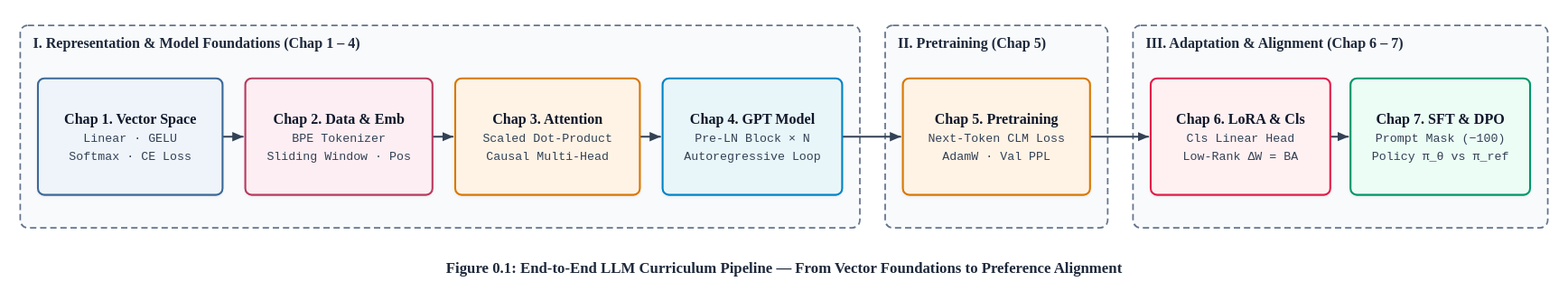
Above: lectures/figures/readme_curriculum_flow.drawio.svg in boslbosl/ai-specialist-26-language (draw.io), before the change. Source tidied: cells renumbered, new cells last; positions are measured from the earlier drawing's top-left corner, leaving out a move shared by most shapes.
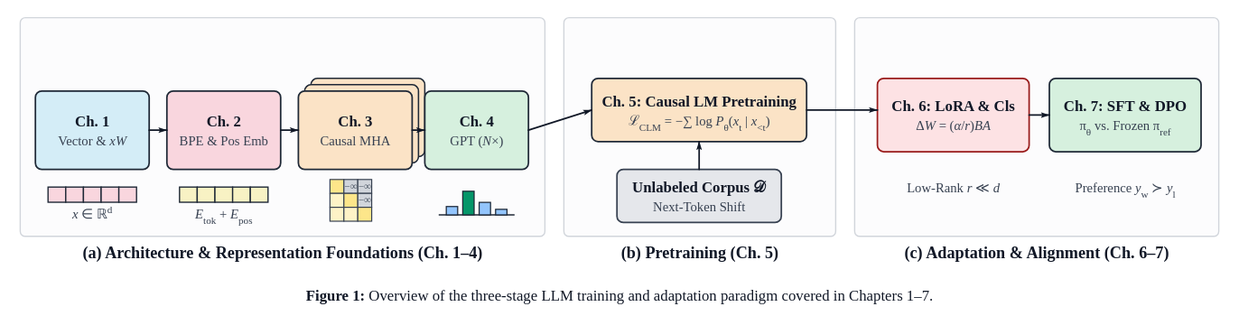
Later version of the same file.

The edit, as a diff of the source:
```diff
@@ -1,57 +1,93 @@
-<mxGraphModel>
+<mxGraphModel math="1">
   <root>
     <mxCell id="0" />
     <mxCell id="1" parent="0" />
-    <mxCell id="2" value="I. Representation &amp; Model Foundations (Chap 1 – 4)" style="rounded=1;whiteSpace=wrap;html=1;fillColor=#f8fafc;strokeColor=#64748b;strokeWidth=1.2;dashed=1;dashPattern=5 3;verticalAlign=top;align=left;spacingLeft=10;spacingTop=6;fontFamily=Georgia;fontSize=11.5;fontStyle=1;fontColor=#1e293b;" parent="1" vertex="1">
-      <mxGeometry width="664" height="160" as="geometry" />
-    </mxCell>
-    <mxCell id="3" value="II. Pretraining (Chap 5)" style="rounded=1;whiteSpace=wrap;html=1;fillColor=#f8fafc;strokeColor=#64748b;strokeWidth=1.2;dashed=1;dashPattern=5 3;verticalAlign=top;align=left;spacingLeft=10;spacingTop=6;fontFamily=Georgia;fontSize=11.5;fontStyle=1;fontColor=#1e293b;" parent="1" vertex="1">
-      <mxGeometry x="684" width="176" height="160" as="geometry" />
-    </mxCell>
-    <mxCell id="4" value="III. Adaptation &amp; Alignment (Chap 6 – 7)" style="rounded=1;whiteSpace=wrap;html=1;fillColor=#f8fafc;strokeColor=#64748b;strokeWidth=1.2;dashed=1;dashPattern=5 3;verticalAlign=top;align=left;spacingLeft=10;spacingTop=6;fontFamily=Georgia;fontSize=11.5;fontStyle=1;fontColor=#1e293b;" parent="1" vertex="1">
-      <mxGeometry x="880" width="328" height="160" as="geometry" />
-    </mxCell>
-    <mxCell id="5" value="&lt;b&gt;Chap 1. Vector Space&lt;/b&gt;&lt;br/&gt;&lt;font style='font-size:10px;color:#334155'&gt;Linear · GELU&lt;/font&gt;&lt;br/&gt;&lt;font style='font-size:10px;color:#334155'&gt;Softmax · CE Loss&lt;/font&gt;" style="rounded=1;arcSize=8;whiteSpace=wrap;html=1;fillColor=#eef4fa;strokeColor=#3b6998;strokeWidth=1.5;fontFamily=Georgia;fontSize=11;fontColor=#0f172a;" parent="1" vertex="1">
-      <mxGeometry x="14" y="42" width="146" height="92" as="geometry" />
-    </mxCell>
-    <mxCell id="6" value="&lt;b&gt;Chap 2. Data &amp;amp; Emb&lt;/b&gt;&lt;br/&gt;&lt;font style='font-size:10px;color:#334155'&gt;BPE Tokenizer&lt;/font&gt;&lt;br/&gt;&lt;font style='font-size:10px;color:#334155'&gt;Sliding Window · Pos&lt;/font&gt;" style="rounded=1;arcSize=8;whiteSpace=wrap;html=1;fillColor=#fceef2;strokeColor=#b83b5e;strokeWidth=1.5;fontFamily=Georgia;fontSize=11;fontColor=#0f172a;" parent="1" vertex="1">
-      <mxGeometry x="178" y="42" width="148" height="92" as="geometry" />
-    </mxCell>
-    <mxCell id="7" value="&lt;b&gt;Chap 3. Attention&lt;/b&gt;&lt;br/&gt;&lt;font style='font-size:10px;color:#334155'&gt;Scaled Dot-Product&lt;/font&gt;&lt;br/&gt;&lt;font style='font-size:10px;color:#334155'&gt;Causal Multi-Head&lt;/font&gt;" style="rounded=1;arcSize=8;whiteSpace=wrap;html=1;fillColor=#fff3e6;strokeColor=#d97706;strokeWidth=1.5;fontFamily=Georgia;fontSize=11;fontColor=#0f172a;" parent="1" vertex="1">
-      <mxGeometry x="344" y="42" width="146" height="92" as="geometry" />
-    </mxCell>
-    <mxCell id="8" value="&lt;b&gt;Chap 4. GPT Model&lt;/b&gt;&lt;br/&gt;&lt;font style='font-size:10px;color:#334155'&gt;Pre-LN Block × N&lt;/font&gt;&lt;br/&gt;&lt;font style='font-size:10px;color:#334155'&gt;Autoregressive Loop&lt;/font&gt;" style="rounded=1;arcSize=8;whiteSpace=wrap;html=1;fillColor=#e8f6f9;strokeColor=#0284c7;strokeWidth=1.5;fontFamily=Georgia;fontSize=11;fontColor=#0f172a;" parent="1" vertex="1">
-      <mxGeometry x="508" y="42" width="142" height="92" as="geometry" />
-    </mxCell>
-    <mxCell id="9" value="&lt;b&gt;Chap 5. Pretraining&lt;/b&gt;&lt;br/&gt;&lt;font style='font-size:10px;color:#334155'&gt;Next-Token CLM Loss&lt;/font&gt;&lt;br/&gt;&lt;font style='font-size:10px;color:#334155'&gt;AdamW · Val PPL&lt;/font&gt;" style="rounded=1;arcSize=8;whiteSpace=wrap;html=1;fillColor=#fff3e6;strokeColor=#d97706;strokeWidth=1.5;fontFamily=Georgia;fontSize=11;fontColor=#0f172a;" parent="1" vertex="1">
-      <mxGeometry x="698" y="42" width="148" height="92" as="geometry" />
-    </mxCell>
-    <mxCell id="10" value="&lt;b&gt;Chap 6. LoRA &amp;amp; Cls&lt;/b&gt;&lt;br/&gt;&lt;font style='font-size:10px;color:#334155'&gt;Cls Linear Head&lt;/font&gt;&lt;br/&gt;&lt;font style='font-size:10px;color:#334155'&gt;Low-Rank ΔW = BA&lt;/font&gt;" style="rounded=1;arcSize=8;whiteSpace=wrap;html=1;fillColor=#fff1f2;strokeColor=#e11d48;strokeWidth=1.5;fontFamily=Georgia;fontSize=11;fontColor=#0f172a;" parent="1" vertex="1">
-      <mxGeometry x="894" y="42" width="142" height="92" as="geometry" />
-    </mxCell>
-    <mxCell id="11" value="&lt;b&gt;Chap 7. SFT &amp;amp; DPO&lt;/b&gt;&lt;br/&gt;&lt;font style='font-size:10px;color:#334155'&gt;Prompt Mask (−100)&lt;/font&gt;&lt;br/&gt;&lt;font style='font-size:10px;color:#334155'&gt;Policy π_θ vs π_ref&lt;/font&gt;" style="rounded=1;arcSize=8;whiteSpace=wrap;html=1;fillColor=#ecfdf5;strokeColor=#059669;strokeWidth=1.5;fontFamily=Georgia;fontSize=11;fontColor=#0f172a;" parent="1" vertex="1">
-      <mxGeometry x="1052" y="42" width="142" height="92" as="geometry" />
-    </mxCell>
-    <mxCell id="12" value="&lt;b&gt;Figure 0.1: End-to-End LLM Curriculum Pipeline — From Vector Foundations to Preference Alignment&lt;/b&gt;" style="text;html=1;align=center;verticalAlign=middle;fontFamily=Georgia;fontSize=12;fontColor=#334155;" parent="1" vertex="1">
-      <mxGeometry x="4" y="178" width="1200" height="24" as="geometry" />
-    </mxCell>
-    <mxCell id="13" style="edgeStyle=orthogonalEdgeStyle;rounded=1;jettySize=auto;html=1;exitX=1;exitY=0.5;exitDx=0;exitDy=0;entryX=0;entryY=0.5;entryDx=0;entryDy=0;strokeColor=#334155;strokeWidth=1.5;endArrow=block;endFill=1;fontFamily=Georgia;fontSize=10;fontColor=#1e293b;labelBackgroundColor=#ffffff;" parent="1" edge="1" source="5" target="6">
-      <mxGeometry relative="1" as="geometry" />
-    </mxCell>
-    <mxCell id="14" style="edgeStyle=orthogonalEdgeStyle;rounded=1;jettySize=auto;html=1;exitX=1;exitY=0.5;exitDx=0;exitDy=0;entryX=0;entryY=0.5;entryDx=0;entryDy=0;strokeColor=#334155;strokeWidth=1.5;endArrow=block;endFill=1;fontFamily=Georgia;fontSize=10;fontColor=#1e293b;labelBackgroundColor=#ffffff;" parent="1" edge="1" source="6" target="7">
-      <mxGeometry relative="1" as="geometry" />
-    </mxCell>
-    <mxCell id="15" style="edgeStyle=orthogonalEdgeStyle;rounded=1;jettySize=auto;html=1;exitX=1;exitY=0.5;exitDx=0;exitDy=0;entryX=0;entryY=0.5;entryDx=0;entryDy=0;strokeColor=#334155;strokeWidth=1.5;endArrow=block;endFill=1;fontFamily=Georgia;fontSize=10;fontColor=#1e293b;labelBackgroundColor=#ffffff;" parent="1" edge="1" source="7" target="8">
-      <mxGeometry relative="1" as="geometry" />
-    </mxCell>
-    <mxCell id="16" style="edgeStyle=orthogonalEdgeStyle;rounded=1;jettySize=auto;html=1;exitX=1;exitY=0.5;exitDx=0;exitDy=0;entryX=0;entryY=0.5;entryDx=0;entryDy=0;strokeColor=#334155;strokeWidth=1.5;endArrow=block;endFill=1;fontFamily=Georgia;fontSize=10;fontColor=#1e293b;labelBackgroundColor=#ffffff;" parent="1" edge="1" source="8" target="9">
-      <mxGeometry relative="1" as="geometry" />
-    </mxCell>
-    <mxCell id="17" style="edgeStyle=orthogonalEdgeStyle;rounded=1;jettySize=auto;html=1;exitX=1;exitY=0.5;exitDx=0;exitDy=0;entryX=0;entryY=0.5;entryDx=0;entryDy=0;strokeColor=#334155;strokeWidth=1.5;endArrow=block;endFill=1;fontFamily=Georgia;fontSize=10;fontColor=#1e293b;labelBackgroundColor=#ffffff;" parent="1" edge="1" source="9" target="10">
-      <mxGeometry relative="1" as="geometry" />
-    </mxCell>
-    <mxCell id="18" style="edgeStyle=orthogonalEdgeStyle;rounded=1;jettySize=auto;html=1;exitX=1;exitY=0.5;exitDx=0;exitDy=0;entryX=0;entryY=0.5;entryDx=0;entryDy=0;strokeColor=#334155;strokeWidth=1.5;endArrow=block;endFill=1;fontFamily=Georgia;fontSize=10;fontColor=#1e293b;labelBackgroundColor=#ffffff;" parent="1" edge="1" source="10" target="11">
-      <mxGeometry relative="1" as="geometry" />
-    </mxCell>
+    <mxCell id="19" value="&lt;b&gt;(a) Architecture &amp;amp; Representation Foundations (Ch. 1–4)&lt;/b&gt;" style="rounded=1;arcSize=4;whiteSpace=wrap;html=1;fillColor=#fcfcfd;strokeColor=#d1d5db;verticalAlign=bottom;align=center;spacingBottom=4;fontFamily=Times New Roman;fontSize=12;" parent="1" vertex="1">
+      <mxGeometry y="-6" width="415" height="173" as="geometry" />
+    </mxCell>
+    <mxCell id="20" value="&lt;b&gt;(b) Pretraining (Ch. 5)&lt;/b&gt;" style="rounded=1;arcSize=4;whiteSpace=wrap;html=1;fillColor=#fcfcfd;strokeColor=#d1d5db;verticalAlign=bottom;align=center;spacingBottom=4;fontFamily=Times New Roman;fontSize=12;" parent="1" vertex="1">
+      <mxGeometry x="430" y="-6" width="215" height="173" as="geometry" />
+    </mxCell>
+    <mxCell id="21" value="&lt;b&gt;(c) Adaptation &amp;amp; Alignment (Ch. 6–7)&lt;/b&gt;" style="rounded=1;arcSize=4;whiteSpace=wrap;html=1;fillColor=#fcfcfd;strokeColor=#d1d5db;verticalAlign=bottom;align=center;spacingBottom=4;fontFamily=Times New Roman;fontSize=12;" parent="1" vertex="1">
+      <mxGeometry x="660" y="-6" width="288" height="173" as="geometry" />
+    </mxCell>
+    <mxCell id="22" value="Ch. 1" style="rounded=1;arcSize=10;whiteSpace=wrap;html=1;fillColor=#d4edf7;strokeColor=#1f2937;strokeWidth=1.25;fontFamily=Times New Roman;fontSize=12;fontColor=#111827;" parent="1" vertex="1">
+      <mxGeometry x="12" y="52" width="90" height="62" as="geometry" />
+    </mxCell>
+    <mxCell id="23" value="vector" style="rounded=0;whiteSpace=wrap;html=1;fillColor=#f9d6de;strokeColor=#1f2937;" parent="1" vertex="1">
+      <mxGeometry x="22" y="128" width="70" height="12" as="geometry" />
+    </mxCell>
+    <mxCell id="24" value="Ch. 2" style="rounded=1;arcSize=10;whiteSpace=wrap;html=1;fillColor=#f9d6de;strokeColor=#1f2937;strokeWidth=1.25;fontFamily=Times New Roman;fontSize=12;fontColor=#111827;" parent="1" vertex="1">
+      <mxGeometry x="116" y="52" width="90" height="62" as="geometry" />
+    </mxCell>
+    <mxCell id="25" value="vector" style="rounded=0;whiteSpace=wrap;html=1;fillColor=#f8f2c4;strokeColor=#1f2937;" parent="1" vertex="1">
+      <mxGeometry x="126" y="128" width="70" height="12" as="geometry" />
+    </mxCell>
+    <mxCell id="26" value="Ch. 3" style="rounded=1;arcSize=10;whiteSpace=wrap;html=1;fillColor=#fbe3c6;strokeColor=#1f2937;strokeWidth=1.25;fontFamily=Times New Roman;fontSize=12;fontColor=#111827;" parent="1" vertex="1">
+      <mxGeometry x="220" y="52" width="90" height="62" as="geometry" />
+    </mxCell>
+    <mxCell id="27" value="Matrix" style="rounded=0;whiteSpace=wrap;html=1;fillColor=#d4edf7;strokeColor=#374151;" parent="1" vertex="1">
+      <mxGeometry x="245" y="122" width="33" height="33" as="geometry" />
+    </mxCell>
+    <mxCell id="28" value="Ch. 4" style="rounded=1;arcSize=10;whiteSpace=wrap;html=1;fillColor=#d6f0de;strokeColor=#1f2937;strokeWidth=1.25;fontFamily=Times New Roman;fontSize=12;fontColor=#111827;" parent="1" vertex="1">
+      <mxGeometry x="320" y="52" width="82" height="62" as="geometry" />
+    </mxCell>
+    <mxCell id="29" value="P(y|x)" style="rounded=0;fillColor=#ecfdf5;strokeColor=#059669;" parent="1" vertex="1">
+      <mxGeometry x="331" y="122" width="60" height="28" as="geometry" />
+    </mxCell>
+    <mxCell id="30" style="edgeStyle=orthogonalEdgeStyle;rounded=1;html=1;strokeColor=#111827;strokeWidth=1.25;endArrow=classic;endFill=1;" parent="1" edge="1">
+      <mxGeometry relative="1" as="geometry">
+        <mxPoint x="102" y="83" as="sourcePoint" />
+        <mxPoint x="116" y="83" as="targetPoint" />
+      </mxGeometry>
+    </mxCell>
+    <mxCell id="31" style="edgeStyle=orthogonalEdgeStyle;rounded=1;html=1;strokeColor=#111827;strokeWidth=1.25;endArrow=classic;endFill=1;" parent="1" edge="1">
+      <mxGeometry relative="1" as="geometry">
+        <mxPoint x="206" y="83" as="sourcePoint" />
+        <mxPoint x="220" y="83" as="targetPoint" />
+      </mxGeometry>
+    </mxCell>
+    <mxCell id="32" style="edgeStyle=orthogonalEdgeStyle;rounded=1;html=1;strokeColor=#111827;strokeWidth=1.25;endArrow=classic;endFill=1;" parent="1" edge="1">
+      <mxGeometry relative="1" as="geometry">
+        <mxPoint x="310" y="83" as="sourcePoint" />
+        <mxPoint x="320" y="83" as="targetPoint" />
+      </mxGeometry>
+    </mxCell>
+    <mxCell id="33" value="Ch. 5: Causal LM Pretraining" style="rounded=1;arcSize=10;whiteSpace=wrap;html=1;fillColor=#fbe3c6;strokeColor=#1f2937;strokeWidth=1.25;fontFamily=Times New Roman;fontSize=12;fontColor=#111827;" parent="1" vertex="1">
+      <mxGeometry x="452" y="42" width="170" height="50" as="geometry" />
+    </mxCell>
+    <mxCell id="34" value="Unlabeled Corpus 𝒟" style="rounded=1;arcSize=10;whiteSpace=wrap;html=1;fillColor=#e5e7eb;strokeColor=#374151;strokeWidth=1.25;fontFamily=Times New Roman;fontSize=12;fontColor=#111827;" parent="1" vertex="1">
+      <mxGeometry x="472" y="114" width="130" height="42" as="geometry" />
+    </mxCell>
+    <mxCell id="35" style="edgeStyle=orthogonalEdgeStyle;rounded=1;html=1;strokeColor=#111827;strokeWidth=1.25;endArrow=classic;endFill=1;" parent="1" edge="1">
+      <mxGeometry relative="1" as="geometry">
+        <mxPoint x="537" y="114" as="sourcePoint" />
+        <mxPoint x="537" y="92" as="targetPoint" />
+      </mxGeometry>
+    </mxCell>
+    <mxCell id="36" style="edgeStyle=orthogonalEdgeStyle;rounded=1;html=1;strokeColor=#111827;strokeWidth=1.25;endArrow=classic;endFill=1;" parent="1" edge="1">
+      <mxGeometry relative="1" as="geometry">
+        <mxPoint x="402" y="83" as="sourcePoint" />
+        <mxPoint x="452" y="67" as="targetPoint" />
+      </mxGeometry>
+    </mxCell>
+    <mxCell id="37" value="Ch. 6: LoRA &amp;amp; Cls" style="rounded=1;arcSize=10;whiteSpace=wrap;html=1;fillColor=#fde2e4;strokeColor=#991b1b;strokeWidth=1.25;fontFamily=Times New Roman;fontSize=12;fontColor=#111827;" parent="1" vertex="1">
+      <mxGeometry x="678" y="42" width="120" height="58" as="geometry" />
+    </mxCell>
+    <mxCell id="38" value="Ch. 7: SFT &amp;amp; DPO" style="rounded=1;arcSize=10;whiteSpace=wrap;html=1;fillColor=#d6f0de;strokeColor=#1f2937;strokeWidth=1.25;fontFamily=Times New Roman;fontSize=12;fontColor=#111827;" parent="1" vertex="1">
+      <mxGeometry x="814" y="42" width="120" height="58" as="geometry" />
+    </mxCell>
+    <mxCell id="39" style="edgeStyle=orthogonalEdgeStyle;rounded=1;html=1;strokeColor=#111827;strokeWidth=1.25;endArrow=classic;endFill=1;" parent="1" edge="1">
+      <mxGeometry relative="1" as="geometry">
+        <mxPoint x="622" y="67" as="sourcePoint" />
+        <mxPoint x="678" y="67" as="targetPoint" />
+      </mxGeometry>
+    </mxCell>
+    <mxCell id="40" style="edgeStyle=orthogonalEdgeStyle;rounded=1;html=1;strokeColor=#111827;strokeWidth=1.25;endArrow=classic;endFill=1;" parent="1" edge="1">
+      <mxGeometry relative="1" as="geometry">
+        <mxPoint x="798" y="71" as="sourcePoint" />
+        <mxPoint x="814" y="71" as="targetPoint" />
+      </mxGeometry>
+    </mxCell>
   </root>
 </mxGraphModel>
```
